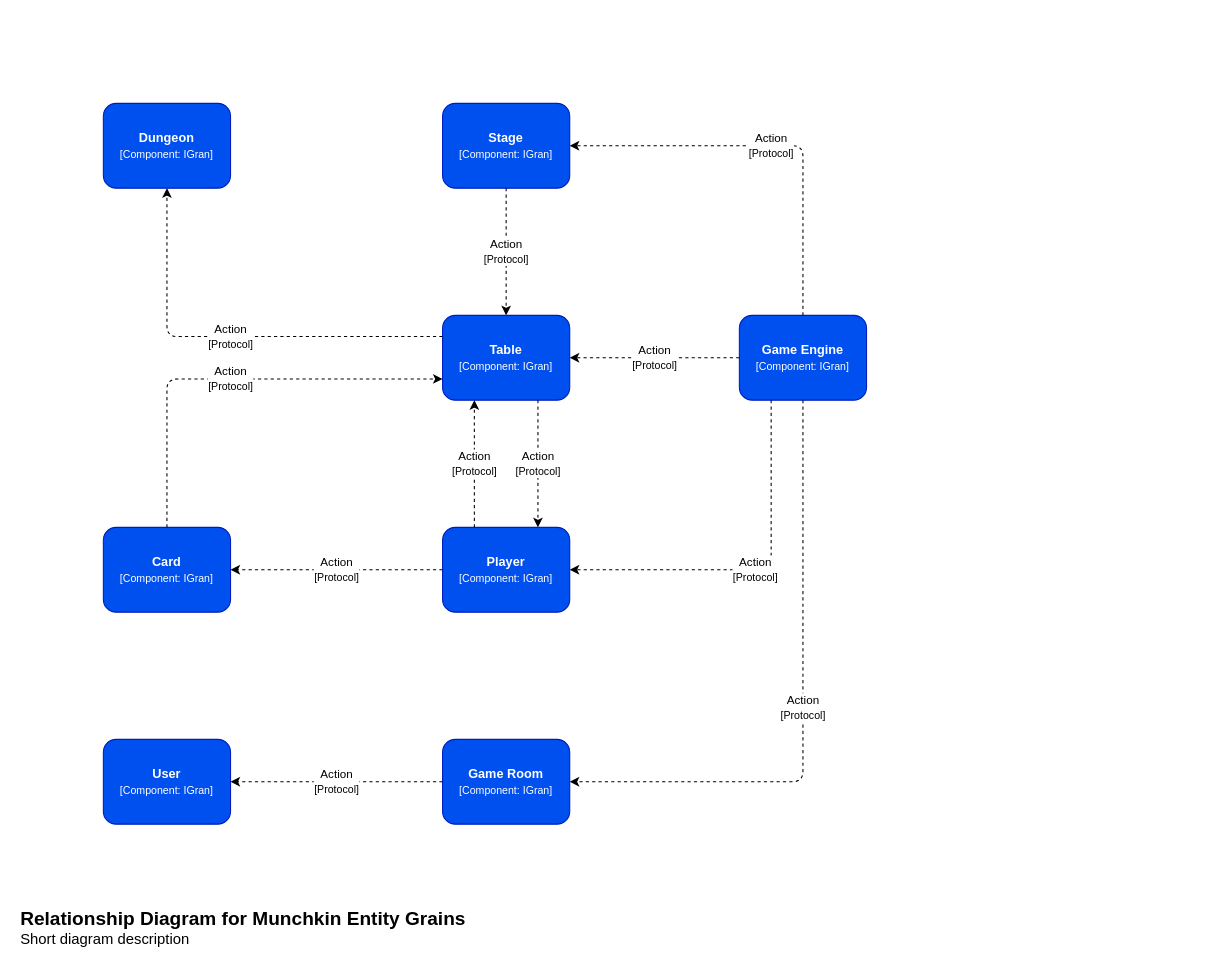
Earlier version of the draw.io diagram page "orleans.grains.communication" (3 of 3) of docs/diagrams/munchkin.drawio (walking-down-the-silence/munchkin). Source tidied: cells renumbered, new cells numbered last; positions are measured from the earlier drawing's top-left corner, leaving out a move shared by most shapes. Both pictures are drawn from the tidied source at 106%, with x=0, y=0 at pixel (18, 18).
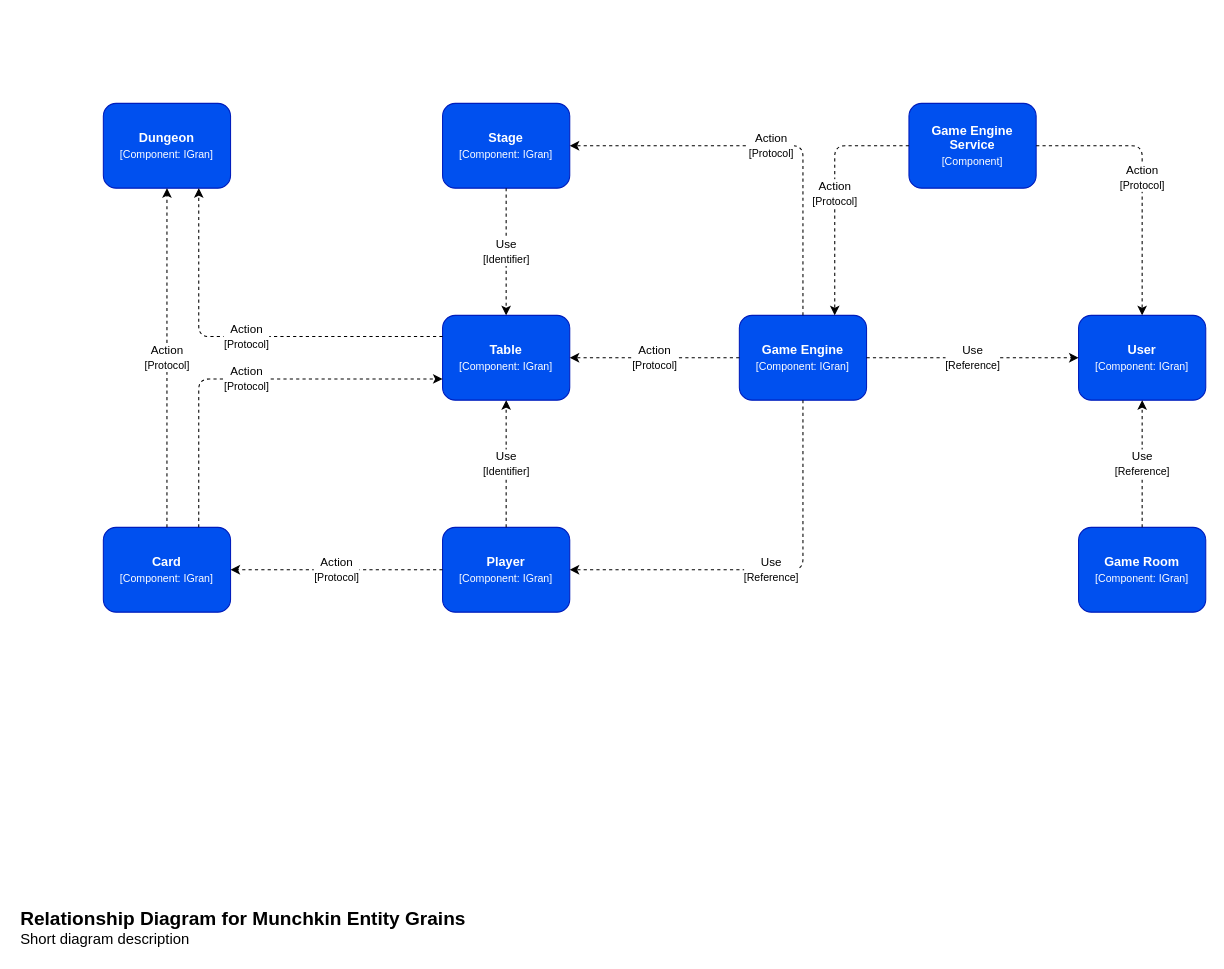
The same diagram, later.

Unchanged cells that the change refers to:
```xml
<mxCell id="3" value="&lt;b&gt;Table&lt;br&gt;&lt;/b&gt;&lt;font style=&quot;font-size: 10px&quot;&gt;[Component: IGran]&lt;br&gt;&lt;/font&gt;" style="rounded=1;whiteSpace=wrap;html=1;fillColor=#0050ef;strokeColor=#001DBC;fontColor=#ffffff;align=center;" parent="1" vertex="1">
  <mxGeometry x="400" y="280" width="120" height="80" as="geometry" />
</mxCell>
<mxCell id="4" value="&lt;b&gt;Card&lt;br&gt;&lt;/b&gt;&lt;font style=&quot;font-size: 10px&quot;&gt;[Component: IGran]&lt;br&gt;&lt;/font&gt;" style="rounded=1;whiteSpace=wrap;html=1;fillColor=#0050ef;strokeColor=#001DBC;fontColor=#ffffff;align=center;" parent="1" vertex="1">
  <mxGeometry x="80" y="480" width="120" height="80" as="geometry" />
</mxCell>
<mxCell id="5" value="&lt;b&gt;Player&lt;br&gt;&lt;/b&gt;&lt;font style=&quot;font-size: 10px&quot;&gt;[Component: IGran]&lt;br&gt;&lt;/font&gt;" style="rounded=1;whiteSpace=wrap;html=1;fillColor=#0050ef;strokeColor=#001DBC;fontColor=#ffffff;align=center;" parent="1" vertex="1">
  <mxGeometry x="400" y="480" width="120" height="80" as="geometry" />
</mxCell>
<mxCell id="9" value="&lt;b&gt;Dungeon&lt;br&gt;&lt;/b&gt;&lt;font style=&quot;font-size: 10px&quot;&gt;[Component: IGran]&lt;br&gt;&lt;/font&gt;" style="rounded=1;whiteSpace=wrap;html=1;fillColor=#0050ef;strokeColor=#001DBC;fontColor=#ffffff;align=center;" parent="1" vertex="1">
  <mxGeometry x="80" y="80" width="120" height="80" as="geometry" />
</mxCell>
<mxCell id="14" value="&lt;b&gt;Stage&lt;br&gt;&lt;/b&gt;&lt;font style=&quot;font-size: 10px&quot;&gt;[Component: IGran]&lt;br&gt;&lt;/font&gt;" style="rounded=1;whiteSpace=wrap;html=1;fillColor=#0050ef;strokeColor=#001DBC;fontColor=#ffffff;align=center;" parent="1" vertex="1">
  <mxGeometry x="400" y="80" width="120" height="80" as="geometry" />
</mxCell>
<mxCell id="16" value="&lt;b&gt;Game Engine&lt;br&gt;&lt;/b&gt;&lt;font style=&quot;font-size: 10px&quot;&gt;[Component: IGran]&lt;br&gt;&lt;/font&gt;" style="rounded=1;whiteSpace=wrap;html=1;fillColor=#0050ef;strokeColor=#001DBC;fontColor=#ffffff;align=center;" parent="1" vertex="1">
  <mxGeometry x="680" y="280" width="120" height="80" as="geometry" />
</mxCell>
```

Diff of the diagram source:
```diff
@@
-    <mxCell id="2" value="&lt;b&gt;&lt;font style=&quot;font-size: 18px&quot;&gt;Relationship Diagram for Munchkin Entity Grains&lt;/font&gt;&lt;/b&gt;&lt;br&gt;&lt;font style=&quot;font-size: 14px&quot;&gt;Short diagram description&lt;/font&gt;" style="rounded=0;whiteSpace=wrap;html=1;verticalAlign=bottom;align=left;strokeColor=none;" parent="1" vertex="1">
+    <mxCell id="2" value="&lt;b&gt;&lt;font style=&quot;font-size: 18px&quot;&gt;Relationship Diagram for Munchkin Entity Grains&lt;/font&gt;&lt;/b&gt;&lt;br&gt;&lt;font style=&quot;font-size: 14px&quot;&gt;Short diagram description&lt;/font&gt;" style="rounded=0;whiteSpace=wrap;html=1;verticalAlign=bottom;align=left;strokeColor=none;fillColor=none;" parent="1" vertex="1">
       <mxGeometry width="880" height="880" as="geometry" />
     </mxCell>
@@
-    <mxCell id="7" value="Action&lt;br&gt;&lt;font style=&quot;font-size: 10px&quot;&gt;[Protocol]&lt;/font&gt;" style="endArrow=classic;html=1;dashed=1;edgeStyle=orthogonalEdgeStyle;entryX=0;entryY=0.75;entryDx=0;entryDy=0;exitX=0.5;exitY=0;exitDx=0;exitDy=0;" parent="1" edge="1" source="4" target="3">
+    <mxCell id="7" value="Action&lt;br&gt;&lt;font style=&quot;font-size: 10px&quot;&gt;[Protocol]&lt;/font&gt;" style="endArrow=classic;html=1;dashed=1;edgeStyle=orthogonalEdgeStyle;entryX=0;entryY=0.75;entryDx=0;entryDy=0;exitX=0.75;exitY=0;exitDx=0;exitDy=0;" parent="1" edge="1" source="4" target="3">
       <mxGeometry relative="1" as="geometry" />
     </mxCell>
-    <mxCell id="8" value="Action&lt;br&gt;&lt;font style=&quot;font-size: 10px&quot;&gt;[Protocol]&lt;/font&gt;" style="endArrow=classic;html=1;dashed=1;edgeStyle=orthogonalEdgeStyle;exitX=0.25;exitY=0;exitDx=0;exitDy=0;entryX=0.25;entryY=1;entryDx=0;entryDy=0;" parent="1" edge="1" source="5" target="3">
+    <mxCell id="8" value="Use&lt;br&gt;&lt;font style=&quot;font-size: 10px&quot;&gt;[Identifier]&lt;/font&gt;" style="endArrow=classic;html=1;dashed=1;edgeStyle=orthogonalEdgeStyle;" parent="1" edge="1" source="5" target="3">
       <mxGeometry relative="1" as="geometry" />
     </mxCell>
@@
-    <mxCell id="10" value="Action&lt;br&gt;&lt;font style=&quot;font-size: 10px&quot;&gt;[Protocol]&lt;/font&gt;" style="endArrow=classic;html=1;dashed=1;edgeStyle=orthogonalEdgeStyle;exitX=0;exitY=0.25;exitDx=0;exitDy=0;" parent="1" edge="1" source="3" target="9">
+    <mxCell id="10" value="Action&lt;br&gt;&lt;font style=&quot;font-size: 10px&quot;&gt;[Protocol]&lt;/font&gt;" style="endArrow=classic;html=1;dashed=1;edgeStyle=orthogonalEdgeStyle;exitX=0;exitY=0.25;exitDx=0;exitDy=0;entryX=0.75;entryY=1;entryDx=0;entryDy=0;" parent="1" edge="1" source="3" target="9">
       <mxGeometry relative="1" as="geometry" />
     </mxCell>
-    <mxCell id="11" value="Action&lt;br&gt;&lt;font style=&quot;font-size: 10px&quot;&gt;[Protocol]&lt;/font&gt;" style="endArrow=classic;html=1;dashed=1;edgeStyle=orthogonalEdgeStyle;exitX=0.75;exitY=1;exitDx=0;exitDy=0;entryX=0.75;entryY=0;entryDx=0;entryDy=0;" parent="1" edge="1" source="3" target="5">
-      <mxGeometry relative="1" as="geometry" />
-    </mxCell>
     <mxCell id="12" value="&lt;b&gt;User&lt;br&gt;&lt;/b&gt;&lt;font style=&quot;font-size: 10px&quot;&gt;[Component: IGran]&lt;br&gt;&lt;/font&gt;" style="rounded=1;whiteSpace=wrap;html=1;fillColor=#0050ef;strokeColor=#001DBC;fontColor=#ffffff;align=center;" parent="1" vertex="1">
-      <mxGeometry x="80" y="680" width="120" height="80" as="geometry" />
+      <mxGeometry x="1000" y="280" width="120" height="80" as="geometry" />
     </mxCell>
     <mxCell id="13" value="&lt;b&gt;Game Room&lt;br&gt;&lt;/b&gt;&lt;font style=&quot;font-size: 10px&quot;&gt;[Component: IGran]&lt;br&gt;&lt;/font&gt;" style="rounded=1;whiteSpace=wrap;html=1;fillColor=#0050ef;strokeColor=#001DBC;fontColor=#ffffff;align=center;" parent="1" vertex="1">
-      <mxGeometry x="400" y="680" width="120" height="80" as="geometry" />
+      <mxGeometry x="1000" y="480" width="120" height="80" as="geometry" />
     </mxCell>
@@
-    <mxCell id="15" value="Action&lt;br&gt;&lt;font style=&quot;font-size: 10px&quot;&gt;[Protocol]&lt;/font&gt;" style="endArrow=classic;html=1;dashed=1;edgeStyle=orthogonalEdgeStyle;" parent="1" edge="1" source="13" target="12">
+    <mxCell id="15" value="Use&lt;br&gt;&lt;font style=&quot;font-size: 10px&quot;&gt;[Reference]&lt;/font&gt;" style="endArrow=classic;html=1;dashed=1;edgeStyle=orthogonalEdgeStyle;" parent="1" edge="1" source="13" target="12">
       <mxGeometry relative="1" as="geometry" />
     </mxCell>
@@
-    <mxCell id="17" value="Action&lt;br&gt;&lt;font style=&quot;font-size: 10px&quot;&gt;[Protocol]&lt;/font&gt;" style="endArrow=classic;html=1;dashed=1;edgeStyle=orthogonalEdgeStyle;entryX=1;entryY=0.5;entryDx=0;entryDy=0;exitX=0.25;exitY=1;exitDx=0;exitDy=0;" parent="1" edge="1" source="16" target="5">
+    <mxCell id="17" value="Use&lt;br&gt;&lt;font style=&quot;font-size: 10px&quot;&gt;[Reference]&lt;/font&gt;" style="endArrow=classic;html=1;dashed=1;edgeStyle=orthogonalEdgeStyle;entryX=1;entryY=0.5;entryDx=0;entryDy=0;exitX=0.5;exitY=1;exitDx=0;exitDy=0;" parent="1" edge="1" source="16" target="5">
       <mxGeometry relative="1" as="geometry" />
     </mxCell>
-    <mxCell id="18" value="Action&lt;br&gt;&lt;font style=&quot;font-size: 10px&quot;&gt;[Protocol]&lt;/font&gt;" style="endArrow=classic;html=1;dashed=1;edgeStyle=orthogonalEdgeStyle;exitX=0.5;exitY=1;exitDx=0;exitDy=0;entryX=1;entryY=0.5;entryDx=0;entryDy=0;" parent="1" edge="1" source="16" target="13">
-      <mxGeometry relative="1" as="geometry" />
-    </mxCell>
@@
-    <mxCell id="20" value="Action&lt;br&gt;&lt;font style=&quot;font-size: 10px&quot;&gt;[Protocol]&lt;/font&gt;" style="endArrow=classic;html=1;dashed=1;edgeStyle=orthogonalEdgeStyle;" parent="1" edge="1" source="14" target="3">
+    <mxCell id="20" value="Use&lt;br&gt;&lt;font style=&quot;font-size: 10px&quot;&gt;[Identifier]&lt;/font&gt;" style="endArrow=classic;html=1;dashed=1;edgeStyle=orthogonalEdgeStyle;" parent="1" edge="1" source="14" target="3">
       <mxGeometry relative="1" as="geometry" />
     </mxCell>
@@
+    <mxCell id="22" value="Use&lt;br&gt;&lt;font style=&quot;font-size: 10px&quot;&gt;[Reference]&lt;/font&gt;" style="endArrow=classic;html=1;dashed=1;edgeStyle=orthogonalEdgeStyle;" parent="1" edge="1" source="16" target="12">
+      <mxGeometry relative="1" as="geometry" />
+    </mxCell>
+    <mxCell id="23" value="Action&lt;br&gt;&lt;font style=&quot;font-size: 10px&quot;&gt;[Protocol]&lt;/font&gt;" style="endArrow=classic;html=1;dashed=1;edgeStyle=orthogonalEdgeStyle;" parent="1" edge="1" source="4" target="9">
+      <mxGeometry relative="1" as="geometry" />
+    </mxCell>
+    <mxCell id="24" value="&lt;b&gt;Game Engine Service&lt;br&gt;&lt;/b&gt;&lt;font style=&quot;font-size: 10px&quot;&gt;[Component]&lt;br&gt;&lt;/font&gt;" style="rounded=1;whiteSpace=wrap;html=1;fillColor=#0050ef;strokeColor=#001DBC;fontColor=#ffffff;align=center;" parent="1" vertex="1">
+      <mxGeometry x="840" y="80" width="120" height="80" as="geometry" />
+    </mxCell>
+    <mxCell id="25" value="Action&lt;br&gt;&lt;font style=&quot;font-size: 10px&quot;&gt;[Protocol]&lt;/font&gt;" style="endArrow=classic;html=1;dashed=1;edgeStyle=orthogonalEdgeStyle;entryX=0.75;entryY=0;entryDx=0;entryDy=0;" parent="1" edge="1" source="24" target="16">
+      <mxGeometry relative="1" as="geometry" />
+    </mxCell>
+    <mxCell id="26" value="Action&lt;br&gt;&lt;font style=&quot;font-size: 10px&quot;&gt;[Protocol]&lt;/font&gt;" style="endArrow=classic;html=1;dashed=1;edgeStyle=orthogonalEdgeStyle;" parent="1" edge="1" source="24" target="12">
+      <mxGeometry relative="1" as="geometry" />
+    </mxCell>
```
